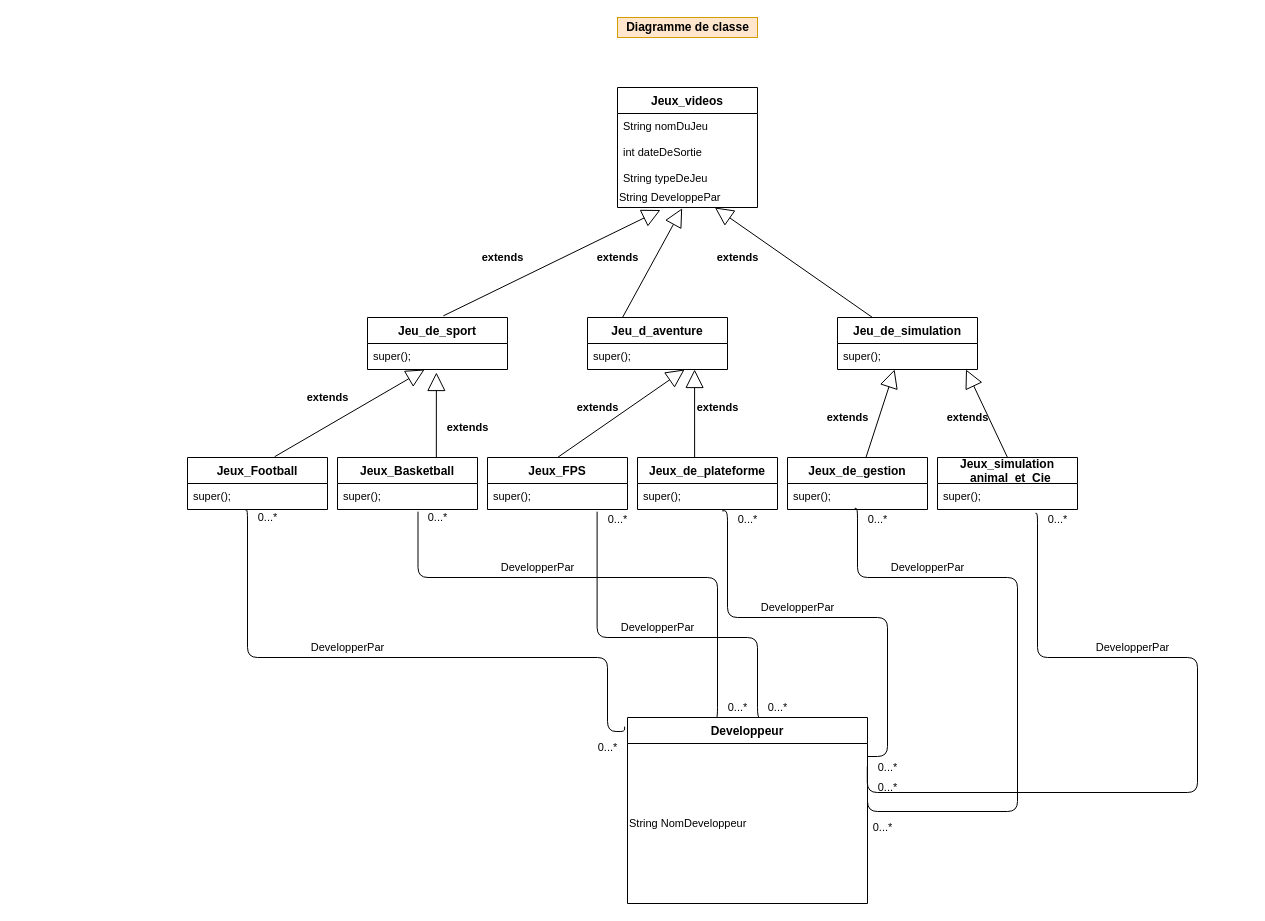
This is page "Page-6" (4 of 5) of IHM (3).drawio from steven-azar/IHM, a draw.io file, before an edit. Source tidied: cells renumbered, new cells numbered last; positions are measured from the earlier drawing's top-left corner, leaving out a move shared by most shapes. Both pictures are drawn from the tidied source at 100%, with x=0, y=0 at pixel (187, 17).
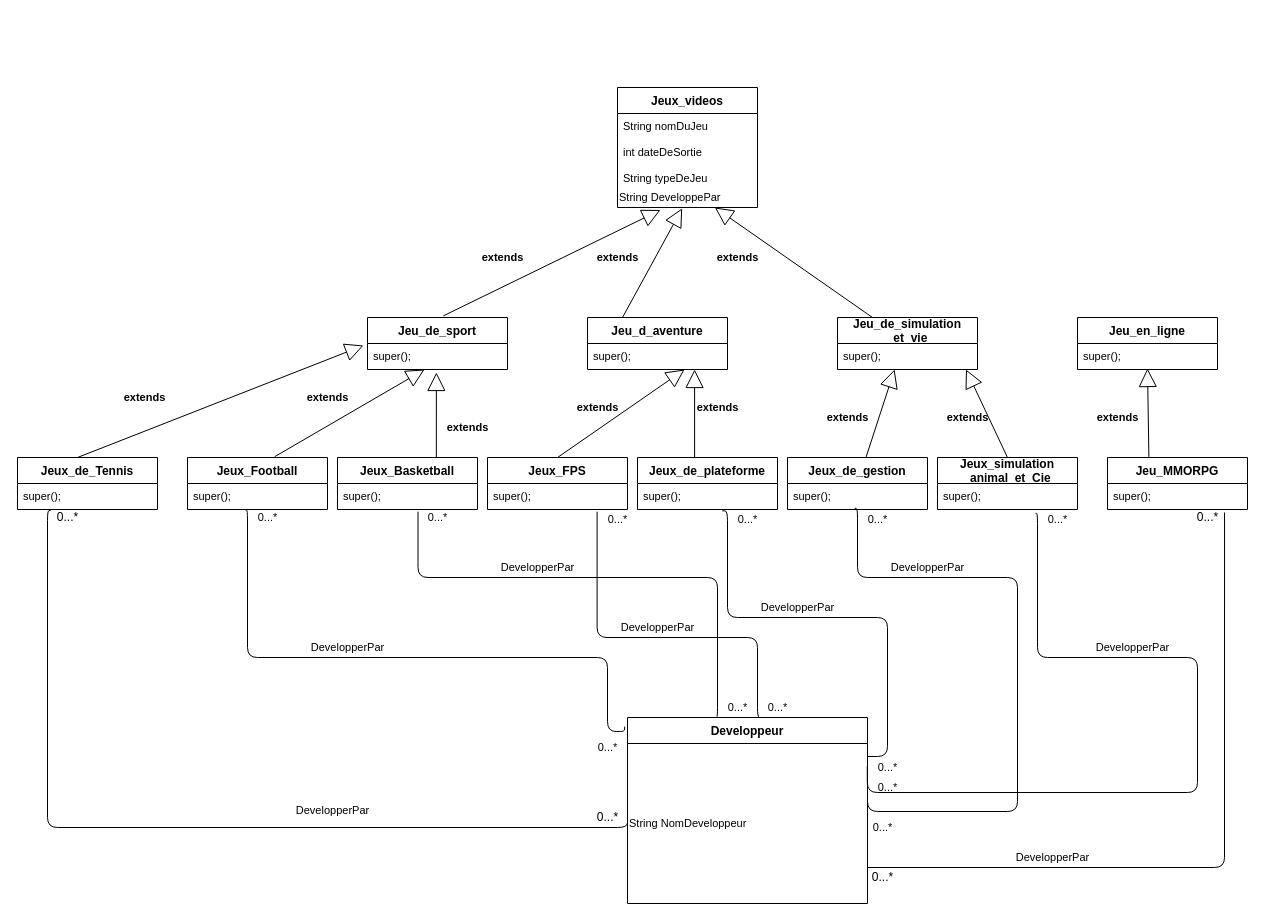
Above is the later version.

Unchanged cells that the change refers to:
```xml
<mxCell id="9" value="super();" style="text;strokeColor=none;fillColor=none;align=left;verticalAlign=top;spacingLeft=4;spacingRight=4;overflow=hidden;points=[[0,0.5],[1,0.5]];portConstraint=eastwest;fontSize=11;" parent="8" vertex="1">
  <mxGeometry y="26" width="140" height="26" as="geometry" />
</mxCell>
```

Change to the diagram source:
```diff
@@
-    <mxCell id="2" value="Diagramme de classe" style="text;html=1;align=center;verticalAlign=middle;fillColor=#ffe6cc;strokeColor=#d79b00;fontStyle=1;" parent="1" vertex="1">
-      <mxGeometry x="430" width="140" height="20" as="geometry" />
-    </mxCell>
@@
-    <mxCell id="15" value="Jeu_de_simulation" style="swimlane;fontStyle=1;horizontal=1;startSize=26;fillColor=none;" parent="1" vertex="1">
+    <mxCell id="15" value="Jeu_de_simulation&#10;_et_vie" style="swimlane;fontStyle=1;horizontal=1;startSize=26;fillColor=none;" parent="1" vertex="1">
       <mxGeometry x="650" y="300" width="140" height="52" as="geometry" />
     </mxCell>
@@
+    <mxCell id="70" value="Jeu_en_ligne" style="swimlane;fontStyle=1;horizontal=1;startSize=26;fillColor=none;" parent="1" vertex="1">
+      <mxGeometry x="890" y="300" width="140" height="52" as="geometry" />
+    </mxCell>
+    <mxCell id="71" value="super();" style="text;strokeColor=none;fillColor=none;align=left;verticalAlign=top;spacingLeft=4;spacingRight=4;overflow=hidden;points=[[0,0.5],[1,0.5]];portConstraint=eastwest;fontSize=11;" parent="70" vertex="1">
+      <mxGeometry y="26" width="140" height="26" as="geometry" />
+    </mxCell>
+    <mxCell id="72" value="Jeu_MMORPG" style="swimlane;fontStyle=1;horizontal=1;startSize=26;fillColor=none;" parent="1" vertex="1">
+      <mxGeometry x="920" y="440" width="140" height="52" as="geometry" />
+    </mxCell>
+    <mxCell id="73" value="super();" style="text;strokeColor=none;fillColor=none;align=left;verticalAlign=top;spacingLeft=4;spacingRight=4;overflow=hidden;points=[[0,0.5],[1,0.5]];portConstraint=eastwest;fontSize=11;" parent="72" vertex="1">
+      <mxGeometry y="26" width="140" height="26" as="geometry" />
+    </mxCell>
+    <mxCell id="74" style="endArrow=block;endSize=16;endFill=0;html=1;fontSize=11;entryX=0.5;entryY=0.962;entryDx=0;entryDy=0;entryPerimeter=0;" parent="1" edge="1" target="71">
+      <mxGeometry relative="1" as="geometry">
+        <mxPoint x="961.4" y="440" as="sourcePoint" />
+      </mxGeometry>
+    </mxCell>
+    <mxCell id="75" value="&lt;b&gt;extends&lt;/b&gt;" style="text;html=1;align=center;verticalAlign=middle;fontSize=11;" parent="1" vertex="1">
+      <mxGeometry x="900" y="390" width="60" height="20" as="geometry" />
+    </mxCell>
+    <mxCell id="76" value="Jeux_de_Tennis" style="swimlane;fontStyle=1;horizontal=1;startSize=26;fillColor=none;" parent="1" vertex="1">
+      <mxGeometry x="-170" y="440" width="140" height="52" as="geometry" />
+    </mxCell>
+    <mxCell id="77" value="super();" style="text;strokeColor=none;fillColor=none;align=left;verticalAlign=top;spacingLeft=4;spacingRight=4;overflow=hidden;points=[[0,0.5],[1,0.5]];portConstraint=eastwest;fontSize=11;" parent="76" vertex="1">
+      <mxGeometry y="26" width="140" height="26" as="geometry" />
+    </mxCell>
+    <mxCell id="78" style="endArrow=block;endSize=16;endFill=0;html=1;fontSize=11;exitX=0.623;exitY=-0.016;exitDx=0;exitDy=0;exitPerimeter=0;entryX=-0.029;entryY=0.077;entryDx=0;entryDy=0;entryPerimeter=0;" parent="1" edge="1" target="9">
+      <mxGeometry relative="1" as="geometry">
+        <mxPoint x="-110" y="440" as="sourcePoint" />
+      </mxGeometry>
+    </mxCell>
+    <mxCell id="79" value="&lt;b&gt;extends&lt;/b&gt;" style="text;html=1;align=center;verticalAlign=middle;fontSize=11;" parent="1" vertex="1">
+      <mxGeometry x="-73" y="370" width="60" height="20" as="geometry" />
+    </mxCell>
+    <mxCell id="80" style="endArrow=none;html=1;edgeStyle=orthogonalEdgeStyle;exitX=0.236;exitY=1.038;exitDx=0;exitDy=0;exitPerimeter=0;" parent="1" edge="1" source="77">
+      <mxGeometry relative="1" as="geometry">
+        <mxPoint x="440" y="800" as="targetPoint" />
+        <Array as="points">
+          <mxPoint x="-140" y="493" />
+          <mxPoint x="-140" y="810" />
+          <mxPoint x="440" y="810" />
+        </Array>
+      </mxGeometry>
+    </mxCell>
+    <mxCell id="81" value="DevelopperPar" style="text;html=1;align=center;verticalAlign=middle;fontSize=11;" parent="1" vertex="1">
+      <mxGeometry x="100" y="783" width="90" height="20" as="geometry" />
+    </mxCell>
+    <mxCell id="82" value="0...*" style="text;html=1;align=center;verticalAlign=middle;strokeColor=none;" parent="1" vertex="1">
+      <mxGeometry x="400" y="790" width="40" height="20" as="geometry" />
+    </mxCell>
+    <mxCell id="83" value="0...*" style="text;html=1;align=center;verticalAlign=middle;strokeColor=none;" parent="1" vertex="1">
+      <mxGeometry x="-140" y="490" width="40" height="20" as="geometry" />
+    </mxCell>
+    <mxCell id="84" style="endArrow=none;html=1;edgeStyle=orthogonalEdgeStyle;entryX=0.836;entryY=1.115;entryDx=0;entryDy=0;entryPerimeter=0;" parent="1" edge="1" target="73">
+      <mxGeometry relative="1" as="geometry">
+        <mxPoint x="680" y="850" as="sourcePoint" />
+        <Array as="points">
+          <mxPoint x="1037" y="850" />
+        </Array>
+      </mxGeometry>
+    </mxCell>
+    <mxCell id="85" value="DevelopperPar" style="text;html=1;align=center;verticalAlign=middle;fontSize=11;" parent="1" vertex="1">
+      <mxGeometry x="820" y="830" width="90" height="20" as="geometry" />
+    </mxCell>
+    <mxCell id="86" value="0...*" style="text;html=1;align=center;verticalAlign=middle;strokeColor=none;" parent="1" vertex="1">
+      <mxGeometry x="1000" y="490" width="40" height="20" as="geometry" />
+    </mxCell>
+    <mxCell id="87" value="0...*" style="text;html=1;align=center;verticalAlign=middle;strokeColor=none;" parent="1" vertex="1">
+      <mxGeometry x="675" y="850" width="40" height="20" as="geometry" />
+    </mxCell>
```
